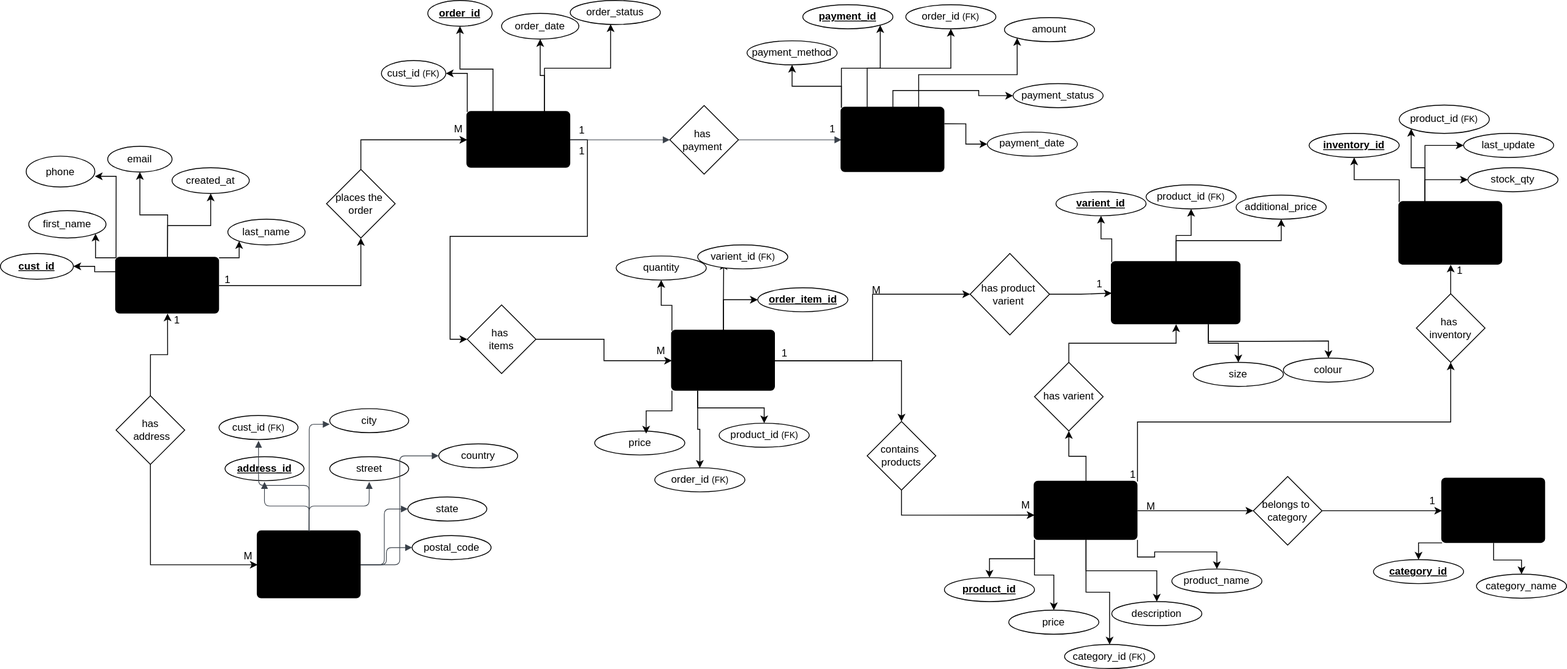
Earlier version of the draw.io export ER_Diagram_Ecommerce.svg (swapndeeptomar/Data_Modelling). Source tidied: cells renumbered, new cells last; positions are measured from the earlier drawing's top-left corner, leaving out a move shared by most shapes.
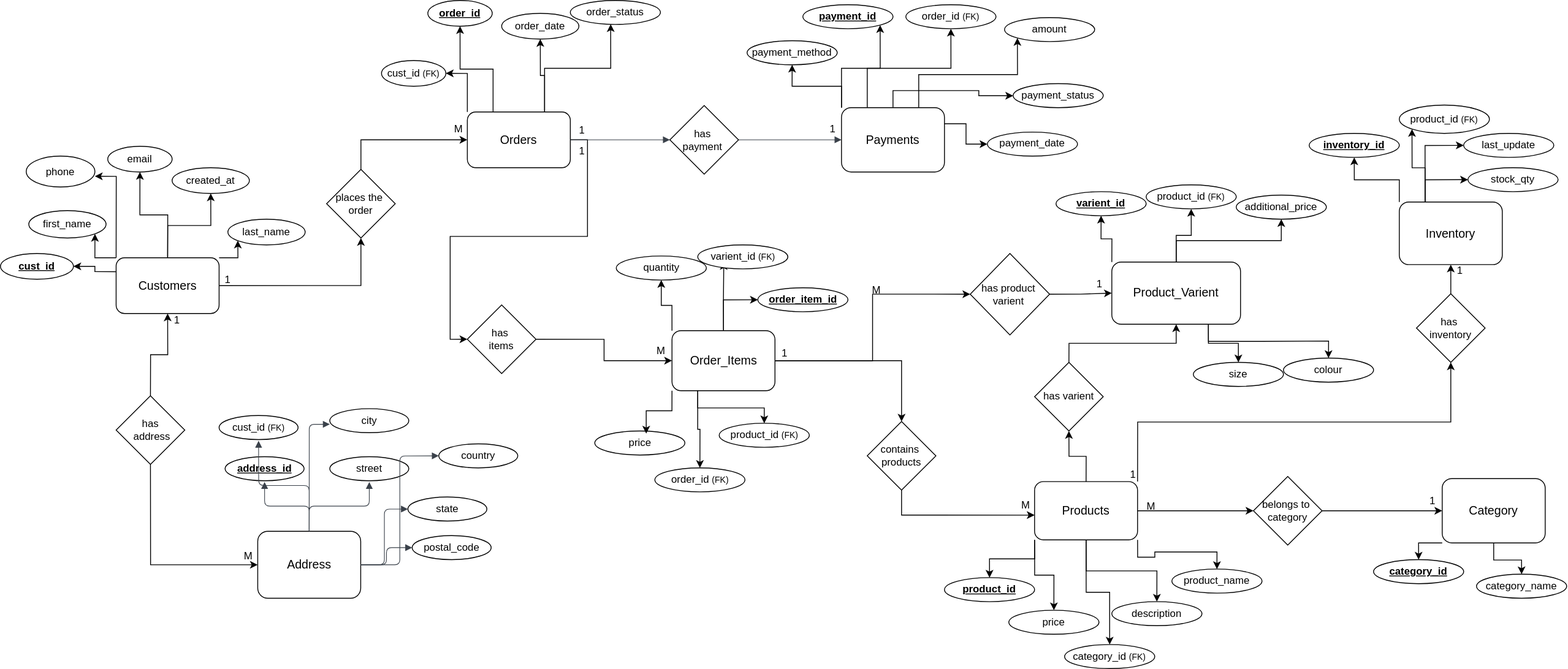
The same diagram one commit later.

Change to the diagram source:
```diff
@@ -20,7 +20,7 @@
     <mxCell id="7" style="edgeStyle=orthogonalEdgeStyle;rounded=0;jettySize=auto;html=1;exitX=1;exitY=0.5;exitDx=0;exitDy=0;entryX=0.5;entryY=1;entryDx=0;entryDy=0;" parent="1" edge="1" source="8" target="82">
       <mxGeometry relative="1" as="geometry" />
     </mxCell>
-    <mxCell id="8" value="Customers" style="html=1;overflow=block;blockSpacing=1;whiteSpace=wrap;fontSize=16.7;spacing=9;strokeOpacity=100;rounded=1;absoluteArcSize=1;arcSize=9;fillColor=#unset;strokeWidth=NaN;lucidId=zFNFUJAB.IDu;" parent="1" vertex="1">
+    <mxCell id="8" value="&lt;font style=&quot;font-size: 14px;&quot;&gt;Customers&lt;/font&gt;" style="rounded=1;whiteSpace=wrap;html=1;" parent="1" vertex="1">
       <mxGeometry x="134.8" y="300" width="120" height="65" as="geometry" />
     </mxCell>
     <mxCell id="9" style="edgeStyle=orthogonalEdgeStyle;rounded=0;jettySize=auto;html=1;exitX=0;exitY=0;exitDx=0;exitDy=0;entryX=1;entryY=0.5;entryDx=0;entryDy=0;" parent="1" edge="1" source="13" target="71">
@@ -35,10 +35,10 @@
     <mxCell id="12" style="edgeStyle=orthogonalEdgeStyle;rounded=0;jettySize=auto;html=1;exitX=1;exitY=0.5;exitDx=0;exitDy=0;entryX=0;entryY=0.5;entryDx=0;entryDy=0;" parent="1" edge="1" source="13" target="87">
       <mxGeometry relative="1" as="geometry" />
     </mxCell>
-    <mxCell id="13" value="Orders" style="html=1;overflow=block;blockSpacing=1;whiteSpace=wrap;fontSize=16.7;spacing=9;strokeOpacity=100;rounded=1;absoluteArcSize=1;arcSize=9;fillColor=#unset;strokeWidth=NaN;lucidId=4FNFA0EqF1wO;" parent="1" vertex="1">
+    <mxCell id="13" value="&lt;font style=&quot;font-size: 14px;&quot;&gt;Orders&lt;/font&gt;" style="rounded=1;whiteSpace=wrap;html=1;" parent="1" vertex="1">
       <mxGeometry x="544" y="130" width="120" height="65" as="geometry" />
     </mxCell>
-    <mxCell id="14" value="Address" style="html=1;overflow=block;blockSpacing=1;whiteSpace=wrap;fontSize=16.7;spacing=9;strokeOpacity=100;rounded=1;absoluteArcSize=1;arcSize=9;fillColor=#unset;strokeWidth=NaN;lucidId=7FNFrxWoIYZW;" parent="1" vertex="1">
+    <mxCell id="14" value="&lt;font style=&quot;font-size: 14px;&quot;&gt;Address&lt;/font&gt;" style="rounded=1;whiteSpace=wrap;html=1;" parent="1" vertex="1">
       <mxGeometry x="299.8" y="619" width="120" height="78" as="geometry" />
     </mxCell>
     <mxCell id="15" style="html=1;jettySize=18;whiteSpace=wrap;fontSize=13;strokeColor=#3a414a;strokeOpacity=100;strokeWidth=0.8;rounded=1;arcSize=12;edgeStyle=orthogonalEdgeStyle;startArrow=none;endArrow=block;endFill=1;exitX=1;exitY=0.5;exitPerimeter=0;entryX=0;entryY=0.5;entryPerimeter=0;lucidId=tKNFY6VdD3kj;" parent="1" edge="1" source="89" target="22">
@@ -62,7 +62,7 @@
     <mxCell id="21" style="edgeStyle=orthogonalEdgeStyle;rounded=0;jettySize=auto;html=1;exitX=1;exitY=0.25;exitDx=0;exitDy=0;entryX=0;entryY=0.5;entryDx=0;entryDy=0;" parent="1" edge="1" source="22" target="78">
       <mxGeometry relative="1" as="geometry" />
     </mxCell>
-    <mxCell id="22" value="Payments" style="html=1;overflow=block;blockSpacing=1;whiteSpace=wrap;fontSize=16.7;spacing=9;strokeOpacity=100;rounded=1;absoluteArcSize=1;arcSize=9;fillColor=#unset;strokeWidth=NaN;lucidId=uKNFa.3Nf9ak;" parent="1" vertex="1">
+    <mxCell id="22" value="&lt;font style=&quot;font-size: 14px;&quot;&gt;Payments&lt;/font&gt;" style="rounded=1;whiteSpace=wrap;html=1;" parent="1" vertex="1">
       <mxGeometry x="980" y="125" width="120" height="75" as="geometry" />
     </mxCell>
     <mxCell id="23" style="edgeStyle=orthogonalEdgeStyle;rounded=0;jettySize=auto;html=1;exitX=0;exitY=0;exitDx=0;exitDy=0;entryX=0.5;entryY=1;entryDx=0;entryDy=0;" parent="1" edge="1" source="30" target="92">
@@ -88,7 +88,7 @@
     <mxCell id="29" style="edgeStyle=orthogonalEdgeStyle;rounded=0;jettySize=auto;html=1;exitX=1;exitY=0.5;exitDx=0;exitDy=0;entryX=0;entryY=0.5;entryDx=0;entryDy=0;" parent="1" edge="1" source="30" target="109">
       <mxGeometry relative="1" as="geometry" />
     </mxCell>
-    <mxCell id="30" value="Order_Items" style="html=1;overflow=block;blockSpacing=1;whiteSpace=wrap;fontSize=16.7;spacing=9;strokeOpacity=100;rounded=1;absoluteArcSize=1;arcSize=9;fillColor=#unset;strokeWidth=NaN;lucidId=GKNFF_XC4HDO;" parent="1" vertex="1">
+    <mxCell id="30" value="&lt;font style=&quot;font-size: 14px;&quot;&gt;Order_Items&lt;/font&gt;" style="rounded=1;whiteSpace=wrap;html=1;" parent="1" vertex="1">
       <mxGeometry x="782.5" y="385" width="120" height="70" as="geometry" />
     </mxCell>
     <mxCell id="31" style="edgeStyle=orthogonalEdgeStyle;rounded=0;jettySize=auto;html=1;exitX=0;exitY=0;exitDx=0;exitDy=0;entryX=0.5;entryY=1;entryDx=0;entryDy=0;" parent="1" edge="1" source="36" target="112">
@@ -106,7 +106,7 @@
     <mxCell id="35" style="edgeStyle=orthogonalEdgeStyle;rounded=0;jettySize=auto;html=1;exitX=0.75;exitY=1;exitDx=0;exitDy=0;" parent="1" edge="1" source="36" target="115">
       <mxGeometry relative="1" as="geometry" />
     </mxCell>
-    <mxCell id="36" value="Product_Varient" style="html=1;overflow=block;blockSpacing=1;whiteSpace=wrap;fontSize=16.7;spacing=9;strokeOpacity=100;rounded=1;absoluteArcSize=1;arcSize=9;fillColor=#unset;strokeWidth=NaN;lucidId=lLNF50qXxg5S;" parent="1" vertex="1">
+    <mxCell id="36" value="&lt;font style=&quot;font-size: 14px;&quot;&gt;Product_Varient&lt;/font&gt;" style="rounded=1;whiteSpace=wrap;html=1;" parent="1" vertex="1">
       <mxGeometry x="1295" y="305" width="150" height="72.5" as="geometry" />
     </mxCell>
     <mxCell id="37" style="edgeStyle=orthogonalEdgeStyle;rounded=0;jettySize=auto;html=1;exitX=0;exitY=1;exitDx=0;exitDy=0;entryX=0.5;entryY=0;entryDx=0;entryDy=0;" parent="1" edge="1" source="45" target="101">
@@ -133,7 +133,7 @@
     <mxCell id="44" style="edgeStyle=orthogonalEdgeStyle;rounded=0;jettySize=auto;html=1;exitX=1;exitY=0;exitDx=0;exitDy=0;entryX=0.5;entryY=1;entryDx=0;entryDy=0;" parent="1" edge="1" source="45" target="118">
       <mxGeometry relative="1" as="geometry" />
     </mxCell>
-    <mxCell id="45" value="Products" style="html=1;overflow=block;blockSpacing=1;whiteSpace=wrap;fontSize=16.7;spacing=9;strokeOpacity=100;rounded=1;absoluteArcSize=1;arcSize=9;fillColor=#unset;strokeWidth=NaN;lucidId=dONFrTajqDjl;" parent="1" vertex="1">
+    <mxCell id="45" value="&lt;font style=&quot;font-size: 14px;&quot;&gt;Products&lt;/font&gt;" style="rounded=1;whiteSpace=wrap;html=1;" parent="1" vertex="1">
       <mxGeometry x="1205" y="561" width="120" height="68" as="geometry" />
     </mxCell>
     <mxCell id="46" style="edgeStyle=orthogonalEdgeStyle;rounded=0;jettySize=auto;html=1;exitX=0;exitY=1;exitDx=0;exitDy=0;entryX=0.5;entryY=0;entryDx=0;entryDy=0;" parent="1" edge="1" source="48" target="106">
@@ -142,7 +142,7 @@
     <mxCell id="47" style="edgeStyle=orthogonalEdgeStyle;rounded=0;jettySize=auto;html=1;" parent="1" edge="1" source="48" target="107">
       <mxGeometry relative="1" as="geometry" />
     </mxCell>
-    <mxCell id="48" value="Category" style="html=1;overflow=block;blockSpacing=1;whiteSpace=wrap;fontSize=16.7;spacing=9;strokeOpacity=100;rounded=1;absoluteArcSize=1;arcSize=9;fillColor=#unset;strokeWidth=NaN;lucidId=xONFaHtz.I~s;" parent="1" vertex="1">
+    <mxCell id="48" value="&lt;font style=&quot;font-size: 14px;&quot;&gt;Category&lt;/font&gt;" style="rounded=1;whiteSpace=wrap;html=1;" parent="1" vertex="1">
       <mxGeometry x="1680" y="557.5" width="120" height="75" as="geometry" />
     </mxCell>
     <mxCell id="49" value="&lt;u&gt;&lt;b&gt;cust_id&lt;/b&gt;&lt;/u&gt;" style="ellipse;whiteSpace=wrap;html=1;" parent="1" vertex="1">
@@ -367,7 +367,7 @@
     <mxCell id="122" style="edgeStyle=orthogonalEdgeStyle;rounded=0;jettySize=auto;html=1;exitX=0.25;exitY=0;exitDx=0;exitDy=0;entryX=0;entryY=0.5;entryDx=0;entryDy=0;" parent="1" edge="1" source="123" target="126">
       <mxGeometry relative="1" as="geometry" />
     </mxCell>
-    <mxCell id="123" value="Inventory" style="html=1;overflow=block;blockSpacing=1;whiteSpace=wrap;fontSize=16.7;spacing=9;strokeOpacity=100;rounded=1;absoluteArcSize=1;arcSize=9;fillColor=#unset;strokeWidth=NaN;lucidId=xONFaHtz.I~s;" parent="1" vertex="1">
+    <mxCell id="123" value="&lt;font style=&quot;font-size: 14px;&quot;&gt;Inventory&lt;/font&gt;" style="rounded=1;whiteSpace=wrap;html=1;" parent="1" vertex="1">
       <mxGeometry x="1630" y="235" width="120" height="73" as="geometry" />
     </mxCell>
     <mxCell id="124" value="product_id &lt;font style=&quot;font-size: 10px;&quot;&gt;(FK)&lt;/font&gt;" style="ellipse;whiteSpace=wrap;html=1;" parent="1" vertex="1">
```
